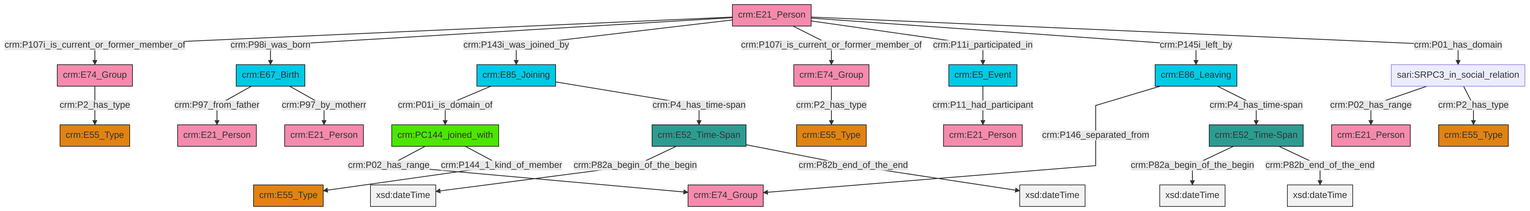
Earlier version of the Mermaid export et/personCSV/ttl/mmd/png/Person_Actor_Relations.png (swiss-art-research-net/reference-data-models). Its source is kept beside it as et/personCSV/ttl/mmd/Person_Actor_Relations.ttl.mmd.
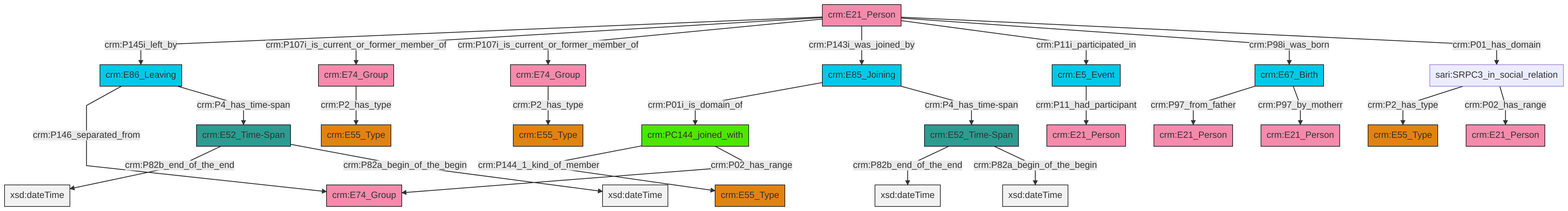
After the change.

Diff of the diagram source:
```diff
@@ -13,27 +13,27 @@
 classDef PC_Classes fill:#4ce600, stroke:#000000;
 classDef Multi fill:#cccccc,stroke:#000000;
 
-2["crm:E21_Person"]:::Actor -->|crm:P107i_is_current_or_former_member_of| 9["crm:E74_Group"]:::Actor
-2["crm:E21_Person"]:::Actor -->|crm:P98i_was_born| 0["crm:E67_Birth"]:::Temporal_Entity
-10["crm:E85_Joining"]:::Temporal_Entity -->|crm:P01i_is_domain_of| 11["crm:PC144_joined_with"]:::PC_Classes
-14["crm:E52_Time-Span"]:::Time-Span -->|crm:P82a_begin_of_the_begin| 15[xsd:dateTime]:::Literal
-2["crm:E21_Person"]:::Actor -->|crm:P143i_was_joined_by| 10["crm:E85_Joining"]:::Temporal_Entity
-2["crm:E21_Person"]:::Actor -->|crm:P107i_is_current_or_former_member_of| 19["crm:E74_Group"]:::Actor
-2["crm:E21_Person"]:::Actor -->|crm:P11i_participated_in| 16["crm:E5_Event"]:::Temporal_Entity
-0["crm:E67_Birth"]:::Temporal_Entity -->|crm:P97_from_father| 21["crm:E21_Person"]:::Actor
-22["crm:E52_Time-Span"]:::Time-Span -->|crm:P82a_begin_of_the_begin| 23[xsd:dateTime]:::Literal
-24["crm:E86_Leaving"]:::Temporal_Entity -->|crm:P146_separated_from| 25["crm:E74_Group"]:::Actor
-10["crm:E85_Joining"]:::Temporal_Entity -->|crm:P4_has_time-span| 14["crm:E52_Time-Span"]:::Time-Span
-16["crm:E5_Event"]:::Temporal_Entity -->|crm:P11_had_participant| 28["crm:E21_Person"]:::Actor
-11["crm:PC144_joined_with"]:::PC_Classes -->|crm:P02_has_range| 25["crm:E74_Group"]:::Actor
-9["crm:E74_Group"]:::Actor -->|crm:P2_has_type| 12["crm:E55_Type"]:::Type
-19["crm:E74_Group"]:::Actor -->|crm:P2_has_type| 31["crm:E55_Type"]:::Type
-14["crm:E52_Time-Span"]:::Time-Span -->|crm:P82b_end_of_the_end| 34[xsd:dateTime]:::Literal
-24["crm:E86_Leaving"]:::Temporal_Entity -->|crm:P4_has_time-span| 22["crm:E52_Time-Span"]:::Time-Span
-2["crm:E21_Person"]:::Actor -->|crm:P145i_left_by| 24["crm:E86_Leaving"]:::Temporal_Entity
-2["crm:E21_Person"]:::Actor -->|crm:P01_has_domain| 29["sari:SRPC3_in_social_relation"]:::Default
-11["crm:PC144_joined_with"]:::PC_Classes -->|crm:P144_1_kind_of_member| 4["crm:E55_Type"]:::Type
-29["sari:SRPC3_in_social_relation"]:::Default -->|crm:P02_has_range| 32["crm:E21_Person"]:::Actor
-22["crm:E52_Time-Span"]:::Time-Span -->|crm:P82b_end_of_the_end| 41[xsd:dateTime]:::Literal
-29["sari:SRPC3_in_social_relation"]:::Default -->|crm:P2_has_type| 38["crm:E55_Type"]:::Type
-0["crm:E67_Birth"]:::Temporal_Entity -->|crm:P97_by_motherr| 6["crm:E21_Person"]:::Actor
+0["crm:PC144_joined_with"]:::PC_Classes -->|crm:P144_1_kind_of_member| 1["crm:E55_Type"]:::Type
+5["sari:SRPC3_in_social_relation"]:::Default -->|crm:P2_has_type| 6["crm:E55_Type"]:::Type
+10["crm:E85_Joining"]:::Temporal_Entity -->|crm:P01i_is_domain_of| 0["crm:PC144_joined_with"]:::PC_Classes
+11["crm:E21_Person"]:::Actor -->|crm:P145i_left_by| 12["crm:E86_Leaving"]:::Temporal_Entity
+12["crm:E86_Leaving"]:::Temporal_Entity -->|crm:P146_separated_from| 15["crm:E74_Group"]:::Actor
+16["crm:E5_Event"]:::Temporal_Entity -->|crm:P11_had_participant| 17["crm:E21_Person"]:::Actor
+10["crm:E85_Joining"]:::Temporal_Entity -->|crm:P4_has_time-span| 18["crm:E52_Time-Span"]:::Time-Span
+0["crm:PC144_joined_with"]:::PC_Classes -->|crm:P02_has_range| 15["crm:E74_Group"]:::Actor
+12["crm:E86_Leaving"]:::Temporal_Entity -->|crm:P4_has_time-span| 13["crm:E52_Time-Span"]:::Time-Span
+11["crm:E21_Person"]:::Actor -->|crm:P107i_is_current_or_former_member_of| 19["crm:E74_Group"]:::Actor
+11["crm:E21_Person"]:::Actor -->|crm:P107i_is_current_or_former_member_of| 22["crm:E74_Group"]:::Actor
+11["crm:E21_Person"]:::Actor -->|crm:P143i_was_joined_by| 10["crm:E85_Joining"]:::Temporal_Entity
+11["crm:E21_Person"]:::Actor -->|crm:P11i_participated_in| 16["crm:E5_Event"]:::Temporal_Entity
+22["crm:E74_Group"]:::Actor -->|crm:P2_has_type| 7["crm:E55_Type"]:::Type
+11["crm:E21_Person"]:::Actor -->|crm:P98i_was_born| 28["crm:E67_Birth"]:::Temporal_Entity
+28["crm:E67_Birth"]:::Temporal_Entity -->|crm:P97_from_father| 33["crm:E21_Person"]:::Actor
+13["crm:E52_Time-Span"]:::Time-Span -->|crm:P82b_end_of_the_end| 34[xsd:dateTime]:::Literal
+18["crm:E52_Time-Span"]:::Time-Span -->|crm:P82b_end_of_the_end| 35[xsd:dateTime]:::Literal
+5["sari:SRPC3_in_social_relation"]:::Default -->|crm:P02_has_range| 25["crm:E21_Person"]:::Actor
+13["crm:E52_Time-Span"]:::Time-Span -->|crm:P82a_begin_of_the_begin| 38[xsd:dateTime]:::Literal
+28["crm:E67_Birth"]:::Temporal_Entity -->|crm:P97_by_motherr| 3["crm:E21_Person"]:::Actor
+19["crm:E74_Group"]:::Actor -->|crm:P2_has_type| 29["crm:E55_Type"]:::Type
+18["crm:E52_Time-Span"]:::Time-Span -->|crm:P82a_begin_of_the_begin| 43[xsd:dateTime]:::Literal
+11["crm:E21_Person"]:::Actor -->|crm:P01_has_domain| 5["sari:SRPC3_in_social_relation"]:::Default
```
